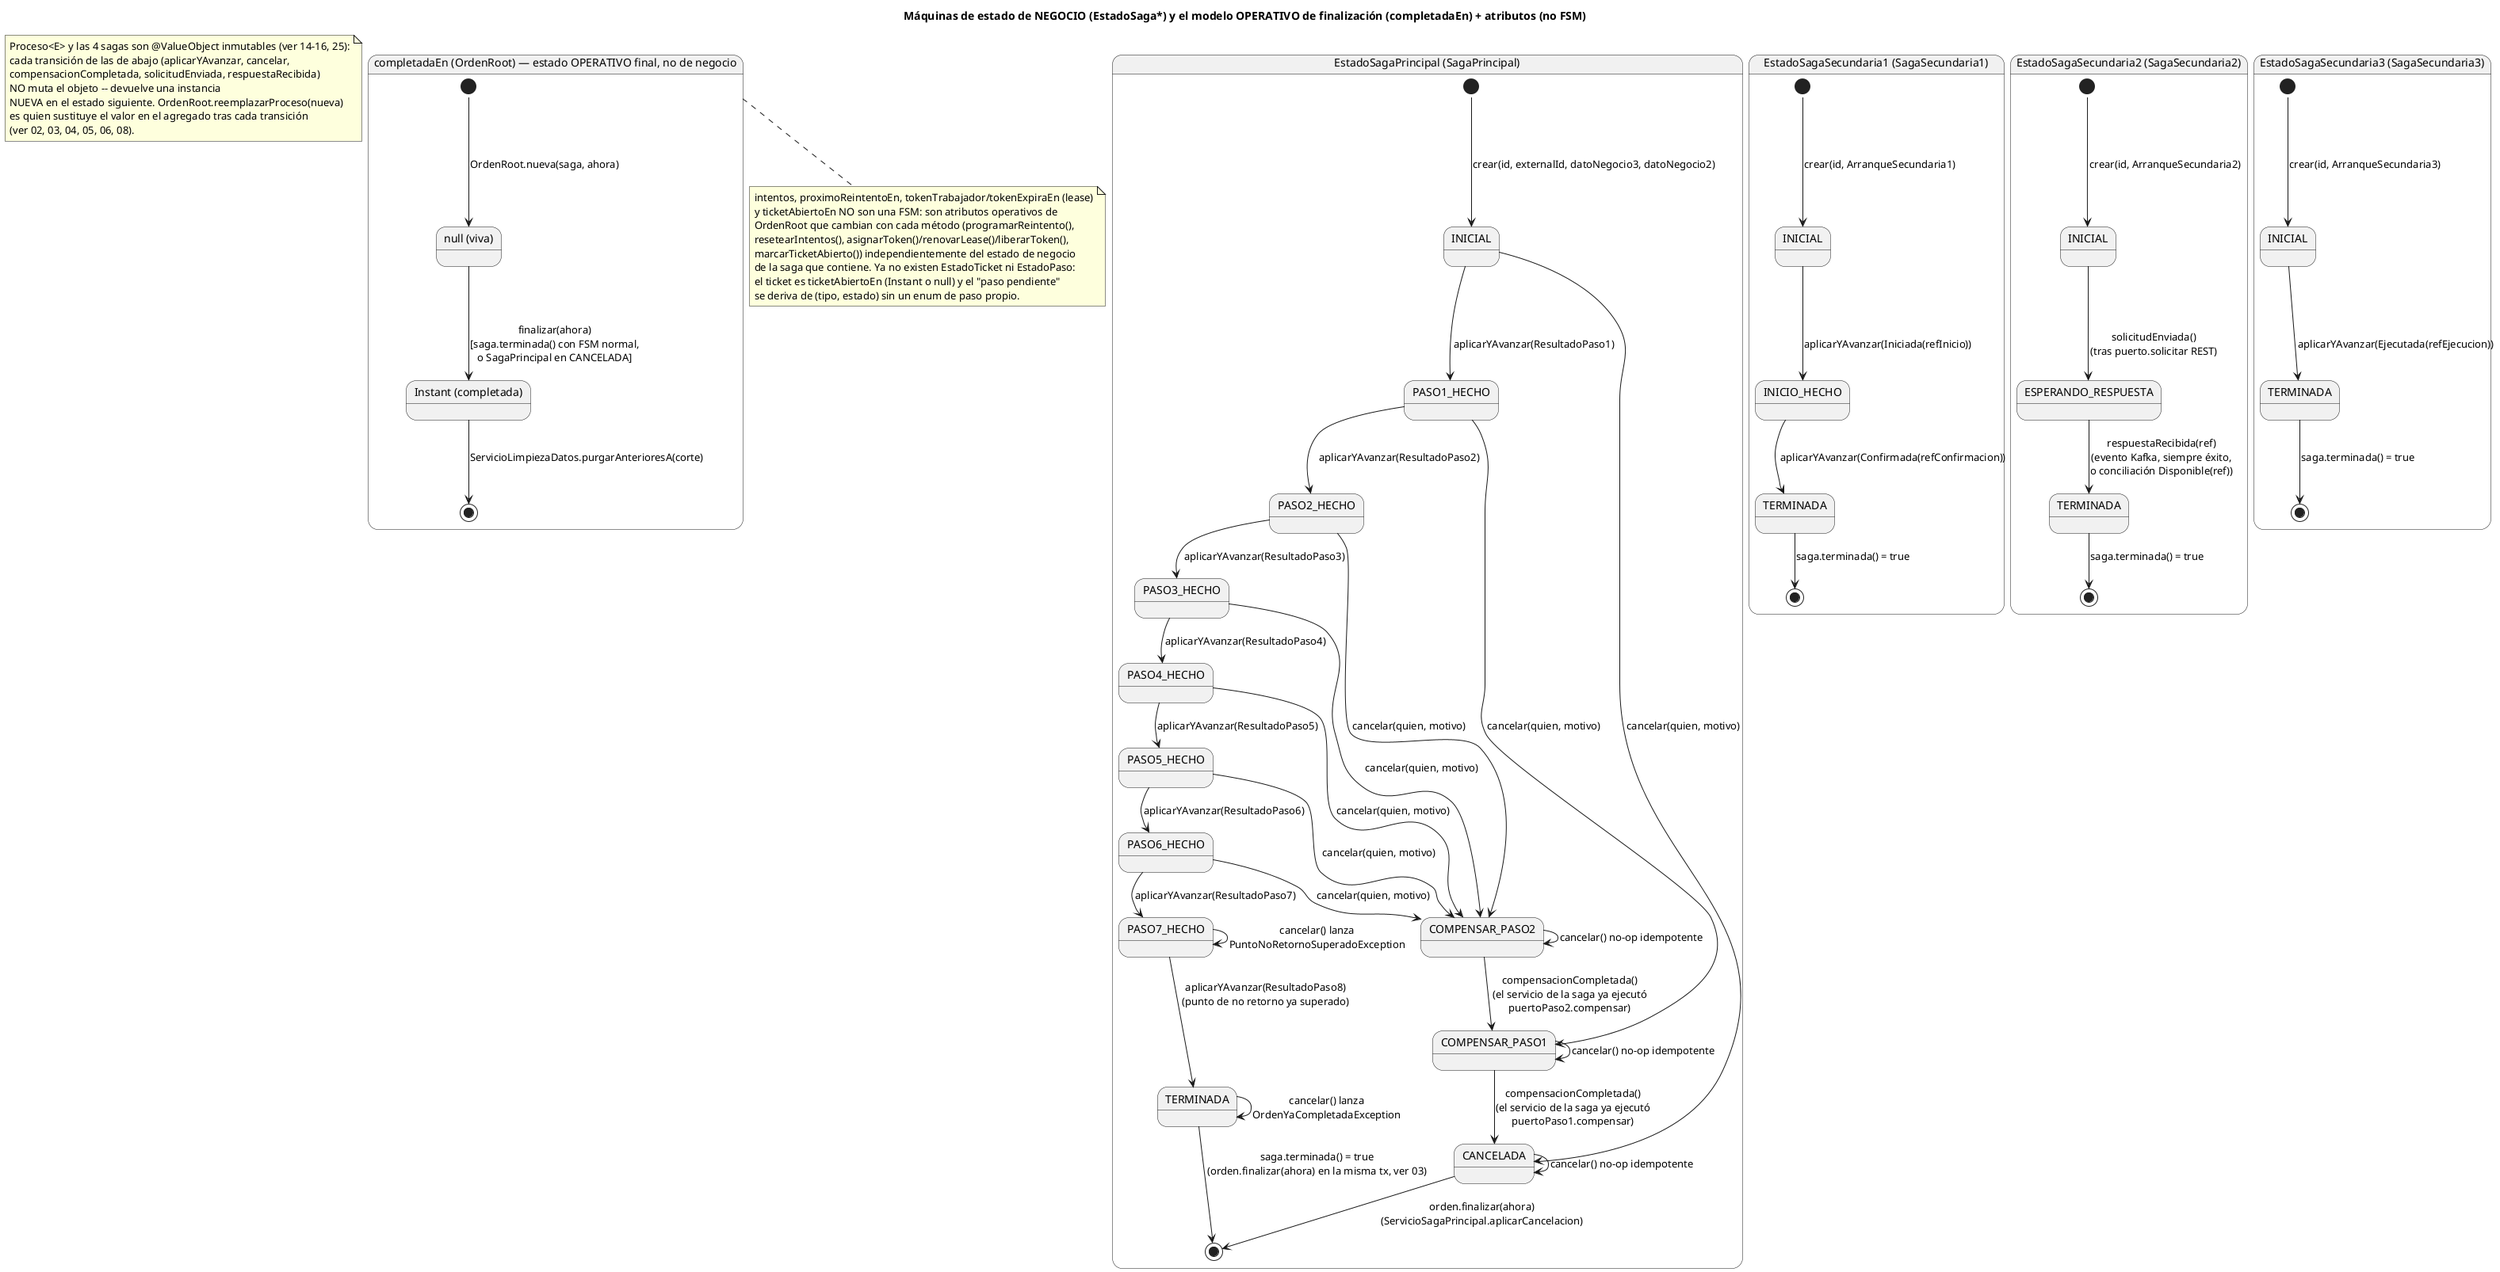
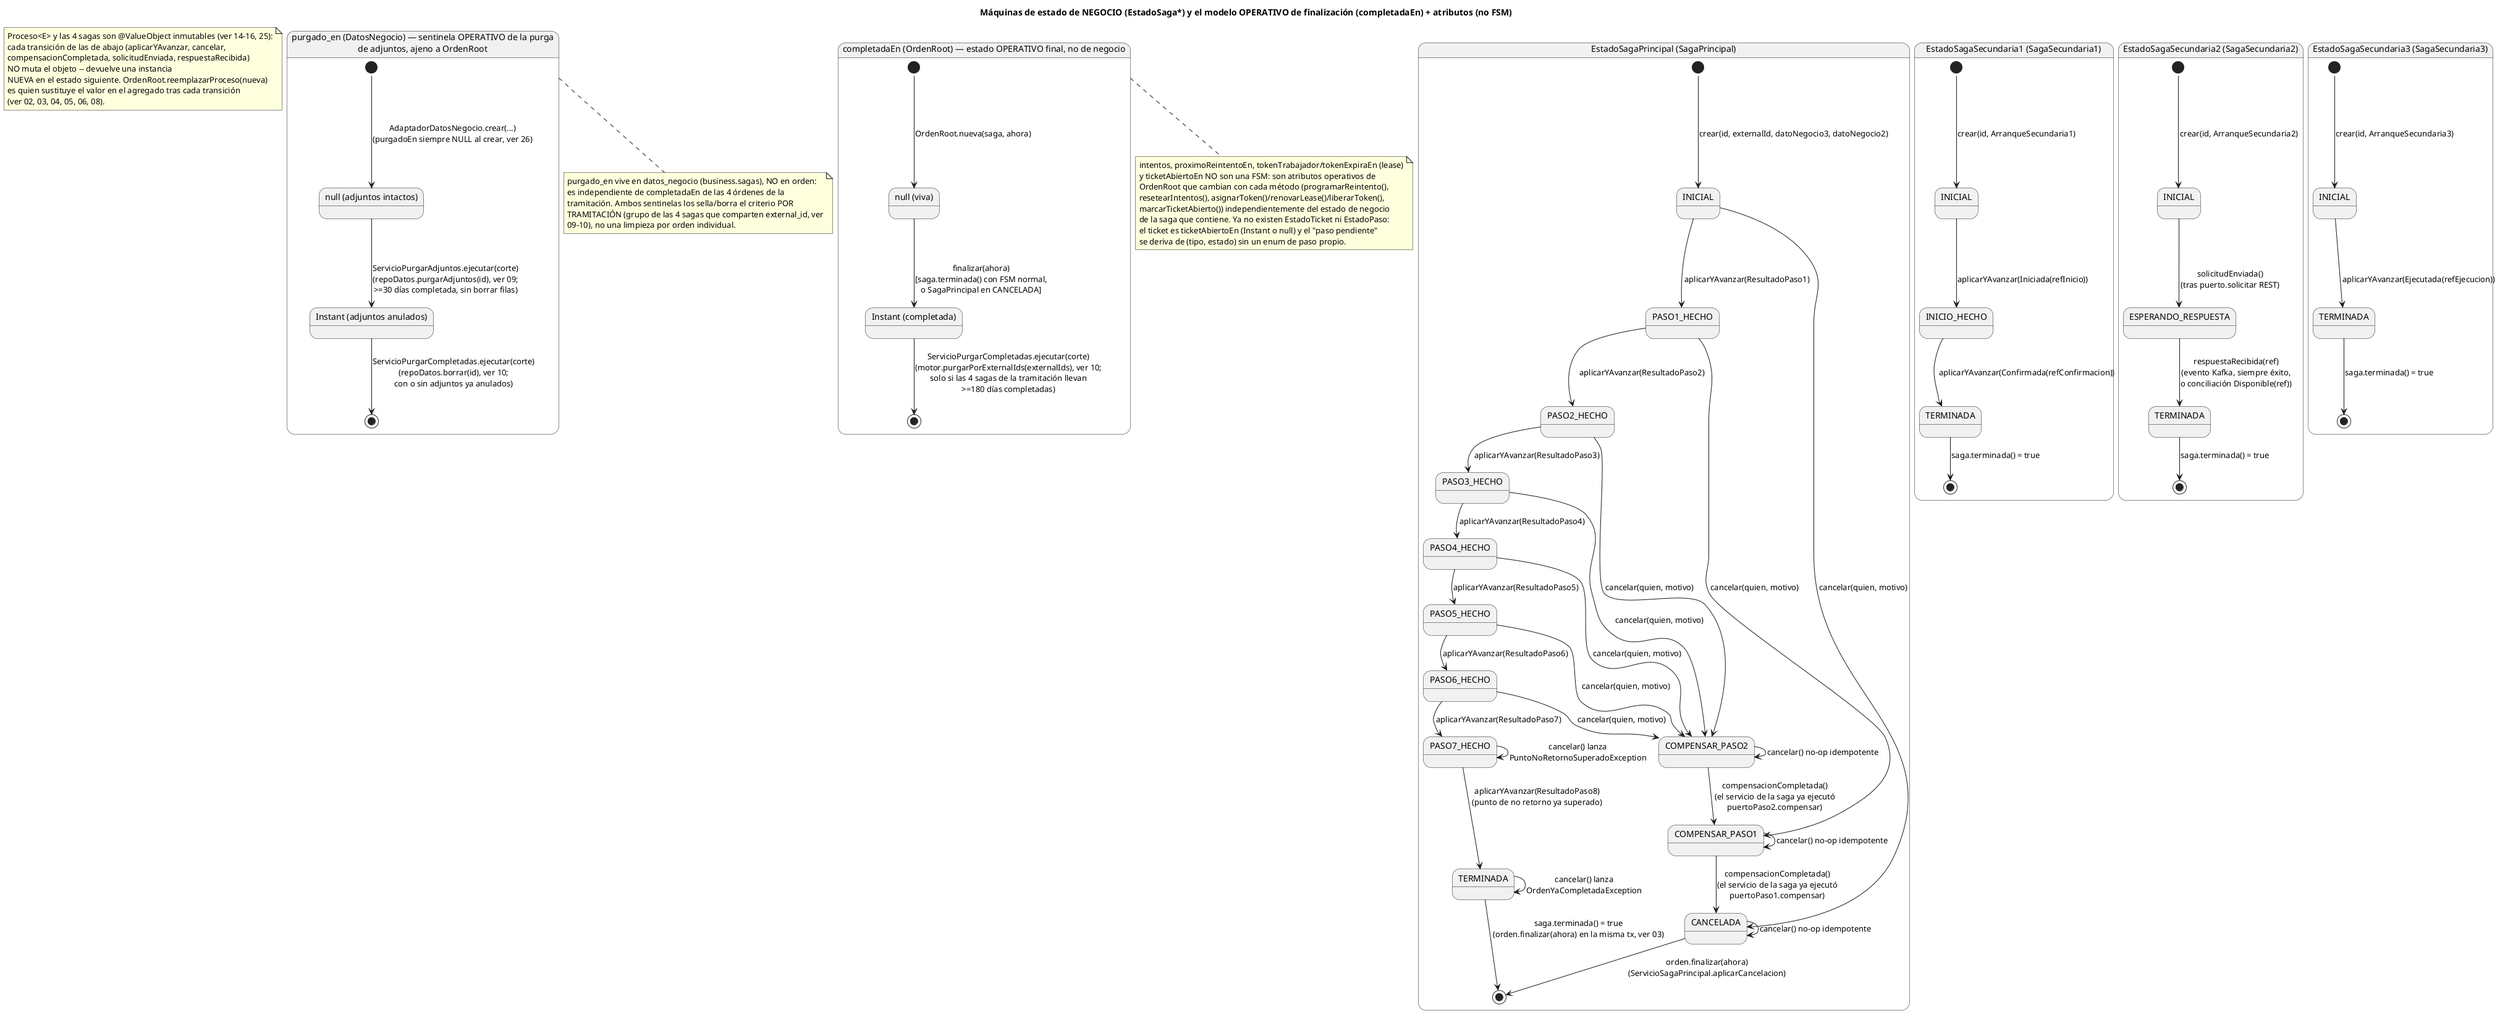
@startuml 13-maquinas-de-estado
title Máquinas de estado de NEGOCIO (EstadoSaga*) y el modelo OPERATIVO de finalización (completadaEn) + atributos (no FSM)
' Sin Graphviz instalado: usar el motor de layout embebido
!pragma layout smetana

note as NInmutabilidad
  Proceso<E> y las 4 sagas son @ValueObject inmutables (ver 14-16, 25):
  cada transición de las de abajo (aplicarYAvanzar, cancelar,
  compensacionCompletada, solicitudEnviada, respuestaRecibida)
  NO muta el objeto -- devuelve una instancia
  NUEVA en el estado siguiente. OrdenRoot.reemplazarProceso(nueva)
  es quien sustituye el valor en el agregado tras cada transición
  (ver 02, 03, 04, 05, 06, 08).
end note

state "EstadoSagaPrincipal (SagaPrincipal)" as MPrincipal {
  state INICIAL
  state PASO1_HECHO
  state PASO2_HECHO
  state PASO3_HECHO
  state PASO4_HECHO
  state PASO5_HECHO
  state PASO6_HECHO
  state PASO7_HECHO
  state TERMINADA
  state COMPENSAR_PASO2
  state COMPENSAR_PASO1
  state CANCELADA

  [*] --> INICIAL : crear(id, externalId, datoNegocio3, datoNegocio2)
  INICIAL --> PASO1_HECHO : aplicarYAvanzar(ResultadoPaso1)
  PASO1_HECHO --> PASO2_HECHO : aplicarYAvanzar(ResultadoPaso2)
  PASO2_HECHO --> PASO3_HECHO : aplicarYAvanzar(ResultadoPaso3)
  PASO3_HECHO --> PASO4_HECHO : aplicarYAvanzar(ResultadoPaso4)
  PASO4_HECHO --> PASO5_HECHO : aplicarYAvanzar(ResultadoPaso5)
  PASO5_HECHO --> PASO6_HECHO : aplicarYAvanzar(ResultadoPaso6)
  PASO6_HECHO --> PASO7_HECHO : aplicarYAvanzar(ResultadoPaso7)
  PASO7_HECHO --> TERMINADA : aplicarYAvanzar(ResultadoPaso8)\n(punto de no retorno ya superado)
  TERMINADA --> [*] : saga.terminada() = true\n(orden.finalizar(ahora) en la misma tx, ver 03)

  INICIAL --> CANCELADA : cancelar(quien, motivo)
  PASO1_HECHO --> COMPENSAR_PASO1 : cancelar(quien, motivo)
  PASO2_HECHO --> COMPENSAR_PASO2 : cancelar(quien, motivo)
  PASO3_HECHO --> COMPENSAR_PASO2 : cancelar(quien, motivo)
  PASO4_HECHO --> COMPENSAR_PASO2 : cancelar(quien, motivo)
  PASO5_HECHO --> COMPENSAR_PASO2 : cancelar(quien, motivo)
  PASO6_HECHO --> COMPENSAR_PASO2 : cancelar(quien, motivo)
  COMPENSAR_PASO2 --> COMPENSAR_PASO1 : compensacionCompletada()\n(el servicio de la saga ya ejecutó\npuertoPaso2.compensar)
  COMPENSAR_PASO1 --> CANCELADA : compensacionCompletada()\n(el servicio de la saga ya ejecutó\npuertoPaso1.compensar)
  CANCELADA --> [*] : orden.finalizar(ahora)\n(ServicioSagaPrincipal.aplicarCancelacion)
  PASO7_HECHO --> PASO7_HECHO : cancelar() lanza\nPuntoNoRetornoSuperadoException
  COMPENSAR_PASO2 --> COMPENSAR_PASO2 : cancelar() no-op idempotente
  COMPENSAR_PASO1 --> COMPENSAR_PASO1 : cancelar() no-op idempotente
  CANCELADA --> CANCELADA : cancelar() no-op idempotente
  TERMINADA --> TERMINADA : cancelar() lanza\nOrdenYaCompletadaException
}

state "EstadoSagaSecundaria1 (SagaSecundaria1)" as MSec1 {
  state INICIAL2 as "INICIAL"
  state INICIO_HECHO
  state TERMINADA2 as "TERMINADA"

  [*] --> INICIAL2 : crear(id, ArranqueSecundaria1)
  INICIAL2 --> INICIO_HECHO : aplicarYAvanzar(Iniciada(refInicio))
  INICIO_HECHO --> TERMINADA2 : aplicarYAvanzar(Confirmada(refConfirmacion))
  TERMINADA2 --> [*] : saga.terminada() = true
}

state "EstadoSagaSecundaria2 (SagaSecundaria2)" as MSec2 {
  state INICIAL3 as "INICIAL"
  state ESPERANDO_RESPUESTA
  state TERMINADA3 as "TERMINADA"

  [*] --> INICIAL3 : crear(id, ArranqueSecundaria2)
  INICIAL3 --> ESPERANDO_RESPUESTA : solicitudEnviada()\n(tras puerto.solicitar REST)
  ESPERANDO_RESPUESTA --> TERMINADA3 : respuestaRecibida(ref)\n(evento Kafka, siempre éxito,\no conciliación Disponible(ref))
  TERMINADA3 --> [*] : saga.terminada() = true
}

state "EstadoSagaSecundaria3 (SagaSecundaria3)" as MSec3 {
  state INICIAL4 as "INICIAL"
  state TERMINADA4 as "TERMINADA"

  [*] --> INICIAL4 : crear(id, ArranqueSecundaria3)
  INICIAL4 --> TERMINADA4 : aplicarYAvanzar(Ejecutada(refEjecucion))
  TERMINADA4 --> [*] : saga.terminada() = true
}

state "completadaEn (OrdenRoot) — estado OPERATIVO final, no de negocio" as MResultado {
  state VIVA as "null (viva)"
  state COMPLETADA as "Instant (completada)"

  [*] --> VIVA : OrdenRoot.nueva(saga, ahora)
  VIVA --> COMPLETADA : finalizar(ahora)\n[saga.terminada() con FSM normal,\no SagaPrincipal en CANCELADA]
-   COMPLETADA --> [*] : ServicioLimpiezaDatos.purgarAnterioresA(corte)
+   COMPLETADA --> [*] : ServicioPurgarCompletadas.ejecutar(corte)\n(motor.purgarPorExternalIds(externalIds), ver 10;\nsolo si las 4 sagas de la tramitación llevan\n>=180 días completadas)
}
+ 
+ state "purgado_en (DatosNegocio) — sentinela OPERATIVO de la purga\nde adjuntos, ajeno a OrdenRoot" as MPurgado {
+   state SINPURGAR as "null (adjuntos intactos)"
+   state PURGADO as "Instant (adjuntos anulados)"
+ 
+   [*] --> SINPURGAR : AdaptadorDatosNegocio.crear(...)\n(purgadoEn siempre NULL al crear, ver 26)
+   SINPURGAR --> PURGADO : ServicioPurgarAdjuntos.ejecutar(corte)\n(repoDatos.purgarAdjuntos(id), ver 09;\n>=30 días completada, sin borrar filas)
+   PURGADO --> [*] : ServicioPurgarCompletadas.ejecutar(corte)\n(repoDatos.borrar(id), ver 10;\ncon o sin adjuntos ya anulados)
+ }
+ 
+ note bottom of MPurgado
+   purgado_en vive en datos_negocio (business.sagas), NO en orden:
+   es independiente de completadaEn de las 4 órdenes de la
+   tramitación. Ambos sentinelas los sella/borra el criterio POR
+   TRAMITACIÓN (grupo de las 4 sagas que comparten external_id, ver
+   09-10), no una limpieza por orden individual.
+ end note

note bottom of MResultado
  intentos, proximoReintentoEn, tokenTrabajador/tokenExpiraEn (lease)
  y ticketAbiertoEn NO son una FSM: son atributos operativos de
  OrdenRoot que cambian con cada método (programarReintento(),
  resetearIntentos(), asignarToken()/renovarLease()/liberarToken(),
  marcarTicketAbierto()) independientemente del estado de negocio
  de la saga que contiene. Ya no existen EstadoTicket ni EstadoPaso:
  el ticket es ticketAbiertoEn (Instant o null) y el "paso pendiente"
  se deriva de (tipo, estado) sin un enum de paso propio.
end note

@enduml
